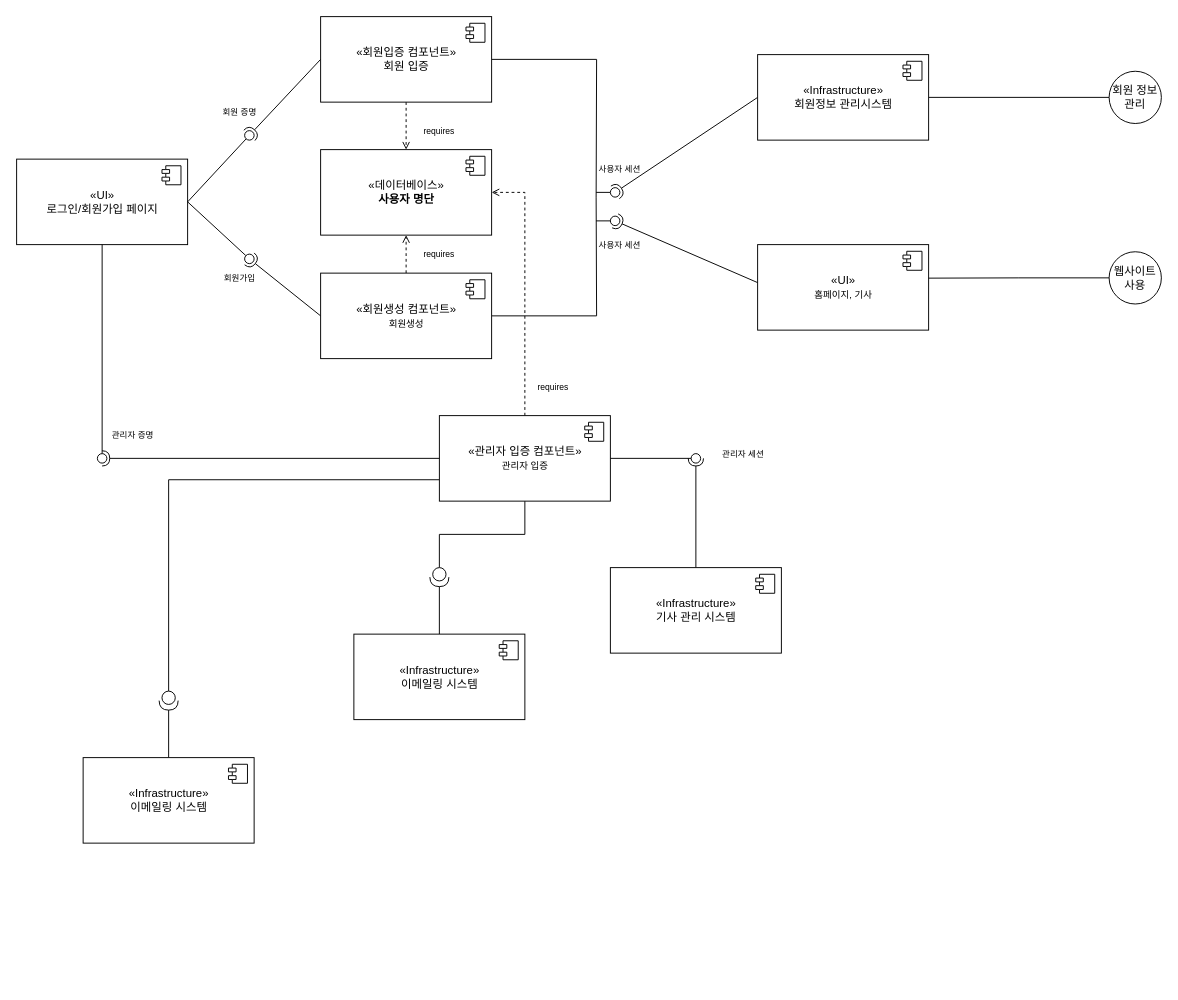
Above: Component Diagram.drawio in YHdoc/Merge-of-former-works (draw.io), before the change. Source tidied: cells renumbered, new cells numbered last; positions are measured from the earlier drawing's top-left corner, leaving out a move shared by most shapes. Both pictures are drawn from the tidied source at 95%, with x=0, y=0 at pixel (16, 16).
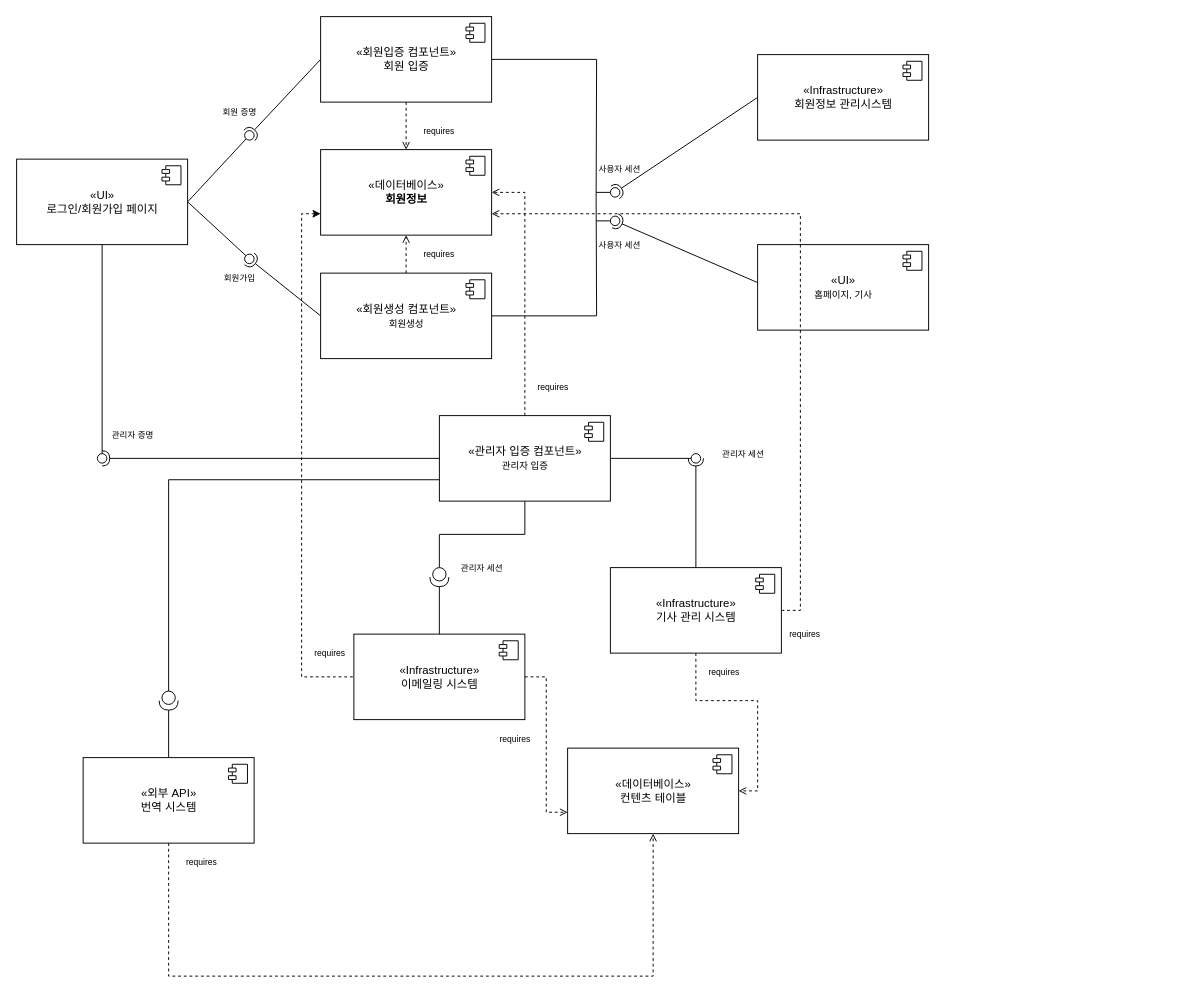
The same page after the edit.

The change refers to these unchanged cells:
```xml
<mxCell id="27" value="«Infrastructure»&lt;br&gt;회원정보 관리시스템" style="html=1;" parent="1" vertex="1">
  <mxGeometry x="780" y="40" width="180" height="90" as="geometry" />
</mxCell>
<mxCell id="32" value="«UI»&lt;br&gt;&lt;span style=&quot;font-size: 10px&quot;&gt;홈페이지, 기사&lt;/span&gt;" style="html=1;" parent="1" vertex="1">
  <mxGeometry x="780" y="240" width="180" height="90" as="geometry" />
</mxCell>
<mxCell id="51" value="«Infrastructure»&lt;br&gt;기사 관리 시스템" style="html=1;" parent="1" vertex="1">
  <mxGeometry x="625" y="580" width="180" height="90" as="geometry" />
</mxCell>
<mxCell id="58" value="«Infrastructure»&lt;br&gt;이메일링 시스템" style="html=1;" parent="1" vertex="1">
  <mxGeometry x="355" y="650" width="180" height="90" as="geometry" />
</mxCell>
```

Diff of the diagram source:
```diff
@@
+    <mxCell id="64" style="edgeStyle=orthogonalEdgeStyle;rounded=0;jettySize=auto;html=1;exitX=0;exitY=0.75;exitDx=0;exitDy=0;entryX=0;entryY=0.5;entryDx=0;entryDy=0;startArrow=classic;startFill=1;endArrow=none;endFill=0;dashed=1;" parent="1" edge="1" source="18" target="58">
+      <mxGeometry relative="1" as="geometry" />
+    </mxCell>
-    <mxCell id="18" value="«데이터베이스»&lt;br&gt;&lt;b&gt;사용자 명단&lt;/b&gt;" style="html=1;" parent="1" vertex="1">
+    <mxCell id="18" value="«데이터베이스»&lt;br&gt;&lt;b&gt;회원정보&lt;/b&gt;" style="html=1;" parent="1" vertex="1">
       <mxGeometry x="320" y="140" width="180" height="90" as="geometry" />
     </mxCell>
@@
-    <mxCell id="26" style="edgeStyle=orthogonalEdgeStyle;rounded=0;jettySize=auto;html=1;exitX=1;exitY=0.5;exitDx=0;exitDy=0;startArrow=none;startFill=0;endArrow=none;endFill=0;entryX=0;entryY=0.5;entryDx=0;entryDy=0;" parent="1" edge="1" source="27" target="53">
-      <mxGeometry relative="1" as="geometry" />
-    </mxCell>
@@
+    <mxCell id="65" style="edgeStyle=orthogonalEdgeStyle;rounded=0;jettySize=auto;html=1;exitX=1;exitY=0.5;exitDx=0;exitDy=0;entryX=1;entryY=0.75;entryDx=0;entryDy=0;dashed=1;startArrow=none;startFill=0;endArrow=open;endFill=0;" parent="1" edge="1" source="51" target="18">
+      <mxGeometry relative="1" as="geometry" />
+    </mxCell>
+    <mxCell id="66" style="edgeStyle=orthogonalEdgeStyle;rounded=0;jettySize=auto;html=1;exitX=0.5;exitY=1;exitDx=0;exitDy=0;entryX=1;entryY=0.5;entryDx=0;entryDy=0;dashed=1;startArrow=none;startFill=0;endArrow=open;endFill=0;" parent="1" edge="1" source="51" target="69">
+      <mxGeometry relative="1" as="geometry" />
+    </mxCell>
@@
-    <mxCell id="53" value="회원 정보 관리" style="ellipse;whiteSpace=wrap;html=1;" parent="1" vertex="1">
-      <mxGeometry x="1150" y="57.5" width="55" height="55" as="geometry" />
-    </mxCell>
-    <mxCell id="54" style="edgeStyle=orthogonalEdgeStyle;rounded=0;jettySize=auto;html=1;exitX=0;exitY=0.5;exitDx=0;exitDy=0;entryX=1;entryY=0.392;entryDx=0;entryDy=0;entryPerimeter=0;startArrow=none;startFill=0;endArrow=none;endFill=0;" parent="1" edge="1" source="55" target="32">
-      <mxGeometry relative="1" as="geometry" />
-    </mxCell>
-    <mxCell id="55" value="웹사이트 사용" style="ellipse;whiteSpace=wrap;html=1;" parent="1" vertex="1">
-      <mxGeometry x="1150" y="247.5" width="55" height="55" as="geometry" />
-    </mxCell>
@@
+    <mxCell id="67" style="edgeStyle=orthogonalEdgeStyle;rounded=0;jettySize=auto;html=1;exitX=1;exitY=0.5;exitDx=0;exitDy=0;entryX=0;entryY=0.75;entryDx=0;entryDy=0;dashed=1;startArrow=none;startFill=0;endArrow=open;endFill=0;" parent="1" edge="1" source="58" target="69">
+      <mxGeometry relative="1" as="geometry" />
+    </mxCell>
@@
+    <mxCell id="68" style="edgeStyle=orthogonalEdgeStyle;rounded=0;jettySize=auto;html=1;exitX=0.5;exitY=1;exitDx=0;exitDy=0;entryX=0.5;entryY=1;entryDx=0;entryDy=0;startArrow=none;startFill=0;endArrow=open;endFill=0;dashed=1;" parent="1" edge="1" source="62" target="69">
+      <mxGeometry relative="1" as="geometry">
+        <Array as="points">
+          <mxPoint x="160" y="1010" />
+          <mxPoint x="670" y="1010" />
+        </Array>
+      </mxGeometry>
+    </mxCell>
-    <mxCell id="62" value="«Infrastructure»&lt;br&gt;이메일링 시스템" style="html=1;" parent="1" vertex="1">
+    <mxCell id="62" value="«외부 API»&lt;br&gt;번역 시스템" style="html=1;" parent="1" vertex="1">
       <mxGeometry x="70" y="780" width="180" height="90" as="geometry" />
     </mxCell>
@@
+    <mxCell id="69" value="«데이터베이스»&lt;br&gt;컨텐츠 테이블" style="html=1;" parent="1" vertex="1">
+      <mxGeometry x="580" y="770" width="180" height="90" as="geometry" />
+    </mxCell>
+    <mxCell id="70" style="shape=module;jettyWidth=8;jettyHeight=4;" parent="69" vertex="1">
+      <mxGeometry x="1" width="20" height="20" relative="1" as="geometry">
+        <mxPoint x="-27" y="7" as="offset" />
+      </mxGeometry>
+    </mxCell>
+    <mxCell id="71" value="&lt;font style=&quot;font-size: 9px&quot;&gt;requires&lt;/font&gt;" style="text;html=1;strokeColor=none;fillColor=none;align=center;verticalAlign=middle;whiteSpace=wrap;rounded=0;" parent="1" vertex="1">
+      <mxGeometry x="305" y="660" width="50" height="20" as="geometry" />
+    </mxCell>
+    <mxCell id="72" value="&lt;font style=&quot;font-size: 9px&quot;&gt;requires&lt;/font&gt;" style="text;html=1;strokeColor=none;fillColor=none;align=center;verticalAlign=middle;whiteSpace=wrap;rounded=0;" parent="1" vertex="1">
+      <mxGeometry x="805" y="640" width="50" height="20" as="geometry" />
+    </mxCell>
+    <mxCell id="73" value="&lt;font style=&quot;font-size: 9px&quot;&gt;requires&lt;/font&gt;" style="text;html=1;strokeColor=none;fillColor=none;align=center;verticalAlign=middle;whiteSpace=wrap;rounded=0;" parent="1" vertex="1">
+      <mxGeometry x="500" y="750" width="50" height="20" as="geometry" />
+    </mxCell>
+    <mxCell id="74" value="&lt;font style=&quot;font-size: 9px&quot;&gt;requires&lt;/font&gt;" style="text;html=1;strokeColor=none;fillColor=none;align=center;verticalAlign=middle;whiteSpace=wrap;rounded=0;" parent="1" vertex="1">
+      <mxGeometry x="720" y="680" width="50" height="20" as="geometry" />
+    </mxCell>
+    <mxCell id="75" value="&lt;font style=&quot;font-size: 9px&quot;&gt;requires&lt;/font&gt;" style="text;html=1;strokeColor=none;fillColor=none;align=center;verticalAlign=middle;whiteSpace=wrap;rounded=0;" parent="1" vertex="1">
+      <mxGeometry x="170" y="880" width="50" height="20" as="geometry" />
+    </mxCell>
+    <mxCell id="76" value="&lt;font style=&quot;font-size: 9px&quot;&gt;관리자 세션&lt;/font&gt;" style="text;html=1;strokeColor=none;fillColor=none;align=center;verticalAlign=middle;whiteSpace=wrap;rounded=0;" parent="1" vertex="1">
+      <mxGeometry x="455" y="570" width="70" height="20" as="geometry" />
+    </mxCell>
```
